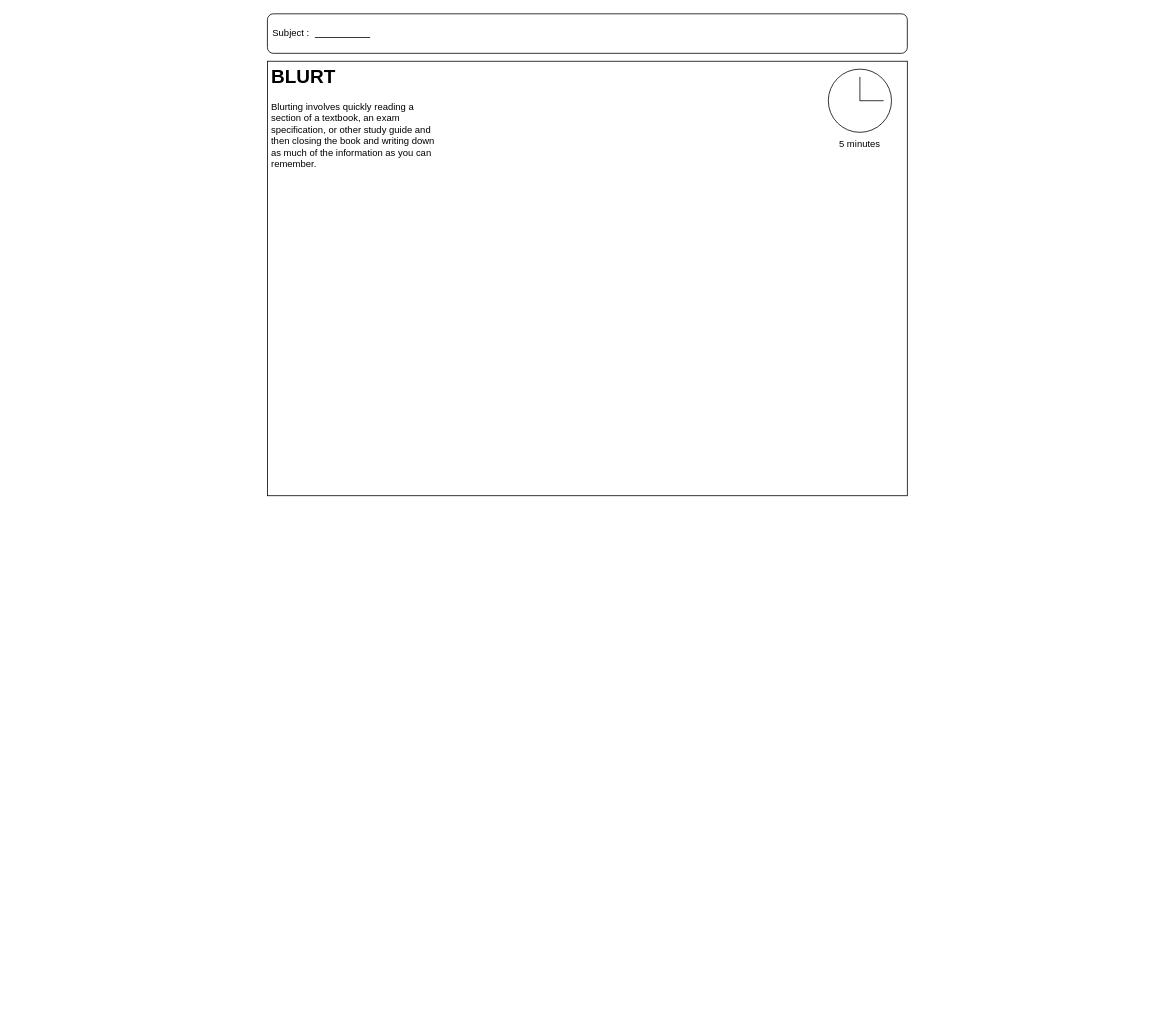
The draw.io diagram Untitled Diagram.drawio in Iurq/diagrams, before the edit. Source tidied: cells renumbered, new cells numbered last; positions are measured from the earlier drawing's top-left corner, leaving out a move shared by most shapes. Both pictures are drawn from the tidied source at 79%, with x=0, y=0 at pixel (172, 13).
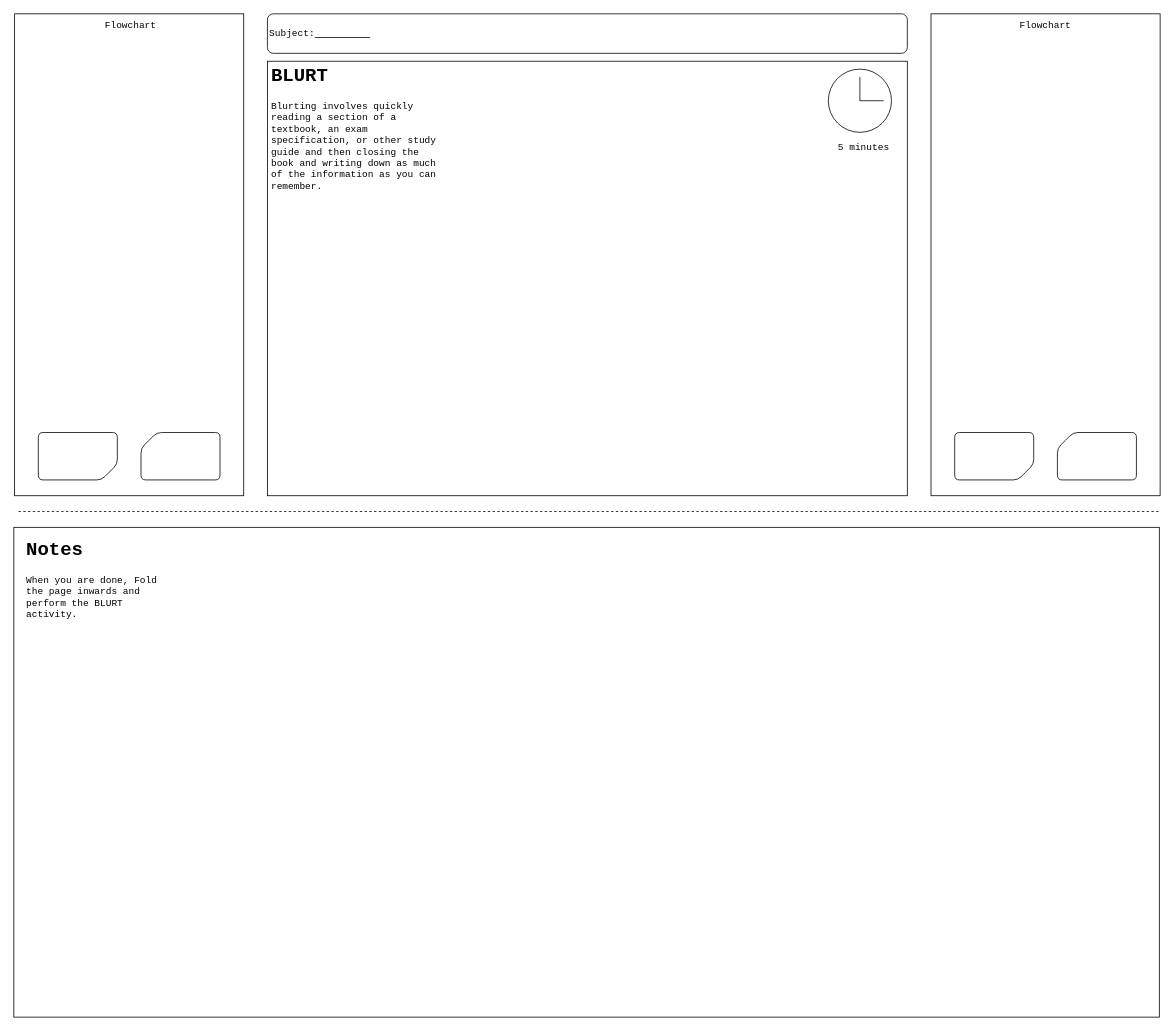
After the change.

What changed in the source:
```diff
@@
-    <mxCell id="3" value="Subject :" style="text;html=1;strokeColor=none;fillColor=none;align=center;verticalAlign=middle;whiteSpace=wrap;rounded=1;labelBackgroundColor=none;" parent="1" vertex="1">
-      <mxGeometry x="120" y="10" width="60" height="30" as="geometry" />
+    <mxCell id="3" value="Subject:&amp;nbsp;" style="text;html=1;strokeColor=none;fillColor=none;align=center;verticalAlign=middle;whiteSpace=wrap;rounded=1;labelBackgroundColor=none;fontFamily=Courier New;" parent="1" vertex="1">
+      <mxGeometry x="130" y="10" width="50" height="30" as="geometry" />
     </mxCell>
@@
-    <mxCell id="8" value="&lt;h1&gt;BLURT&lt;/h1&gt;&lt;div&gt;Blurting involves quickly reading a section of a textbook, an exam specification, or other study guide and then closing the book and writing down as much of the information as you can remember.&lt;br&gt;&lt;/div&gt;" style="text;html=1;strokeColor=none;fillColor=none;spacing=5;spacingTop=-20;whiteSpace=wrap;overflow=hidden;rounded=0;fontSize=12;fontFamily=Helvetica;fontColor=default;" parent="1" vertex="1">
-      <mxGeometry x="120" y="60" width="220" height="150" as="geometry" />
+    <mxCell id="8" value="&lt;h1&gt;BLURT&lt;/h1&gt;&lt;div&gt;Blurting involves quickly reading a section of a textbook, an exam specification, or other study guide and then closing the book and writing down as much of the information as you can remember.&lt;br&gt;&lt;/div&gt;" style="text;html=1;strokeColor=none;fillColor=none;spacing=5;spacingTop=-20;whiteSpace=wrap;overflow=hidden;rounded=0;fontSize=12;fontFamily=Courier New;fontColor=default;" parent="1" vertex="1">
+      <mxGeometry x="120" y="60" width="220" height="170" as="geometry" />
     </mxCell>
@@
-    <mxCell id="13" value="5 minutes" style="text;html=1;strokeColor=none;fillColor=none;align=center;verticalAlign=middle;whiteSpace=wrap;rounded=0;fontSize=12;fontFamily=Helvetica;fontColor=default;" parent="1" vertex="1">
-      <mxGeometry x="840" y="150" width="60" height="30" as="geometry" />
+    <mxCell id="13" value="5 minutes" style="text;html=1;strokeColor=none;fillColor=none;align=center;verticalAlign=middle;whiteSpace=wrap;rounded=0;fontSize=12;fontFamily=Courier New;fontColor=default;" parent="1" vertex="1">
+      <mxGeometry x="840" y="150" width="70" height="40" as="geometry" />
     </mxCell>
+    <mxCell id="14" style="rounded=0;whiteSpace=wrap;html=1;strokeColor=default;fontFamily=Helvetica;fontSize=12;fontColor=default;fillColor=default;" parent="1" vertex="1">
+      <mxGeometry x="-200" width="290" height="610" as="geometry" />
+    </mxCell>
+    <mxCell id="15" style="rounded=0;whiteSpace=wrap;html=1;strokeColor=default;fontFamily=Helvetica;fontSize=12;fontColor=default;fillColor=default;" parent="1" vertex="1">
+      <mxGeometry x="960" width="290" height="610" as="geometry" />
+    </mxCell>
+    <mxCell id="16" style="group;" parent="1" vertex="1">
+      <mxGeometry x="-170" y="530" width="230" height="60" as="geometry" />
+    </mxCell>
+    <mxCell id="17" style="verticalLabelPosition=bottom;verticalAlign=top;html=1;shape=card;whiteSpace=wrap;size=20;arcSize=12;rounded=1;strokeColor=default;fontFamily=Helvetica;fontSize=12;fontColor=default;fillColor=default;" parent="16" vertex="1">
+      <mxGeometry x="130" width="100" height="60" as="geometry" />
+    </mxCell>
+    <mxCell id="18" style="verticalLabelPosition=bottom;verticalAlign=top;html=1;shape=card;whiteSpace=wrap;size=20;arcSize=12;rounded=1;strokeColor=default;fontFamily=Helvetica;fontSize=12;fontColor=default;fillColor=default;direction=west;" parent="16" vertex="1">
+      <mxGeometry width="100" height="60" as="geometry" />
+    </mxCell>
+    <mxCell id="19" style="group;" parent="1" vertex="1">
+      <mxGeometry x="990" y="530" width="230" height="60" as="geometry" />
+    </mxCell>
+    <mxCell id="20" style="verticalLabelPosition=bottom;verticalAlign=top;html=1;shape=card;whiteSpace=wrap;size=20;arcSize=12;rounded=1;strokeColor=default;fontFamily=Helvetica;fontSize=12;fontColor=default;fillColor=default;" parent="19" vertex="1">
+      <mxGeometry x="130" width="100" height="60" as="geometry" />
+    </mxCell>
+    <mxCell id="21" style="verticalLabelPosition=bottom;verticalAlign=top;html=1;shape=card;whiteSpace=wrap;size=20;arcSize=12;rounded=1;strokeColor=default;fontFamily=Helvetica;fontSize=12;fontColor=default;fillColor=default;direction=west;" parent="19" vertex="1">
+      <mxGeometry width="100" height="60" as="geometry" />
+    </mxCell>
+    <mxCell id="22" value="&lt;font face=&quot;Courier New&quot;&gt;Flowchart&lt;/font&gt;" style="text;html=1;strokeColor=none;fillColor=none;align=center;verticalAlign=middle;whiteSpace=wrap;rounded=0;fontSize=12;fontFamily=Helvetica;fontColor=default;" parent="1" vertex="1">
+      <mxGeometry x="-83" width="60" height="30" as="geometry" />
+    </mxCell>
+    <mxCell id="23" value="&lt;font face=&quot;Courier New&quot;&gt;Flowchart&lt;/font&gt;" style="text;html=1;strokeColor=none;fillColor=none;align=center;verticalAlign=middle;whiteSpace=wrap;rounded=0;fontSize=12;fontFamily=Helvetica;fontColor=default;" parent="1" vertex="1">
+      <mxGeometry x="1075" width="60" height="30" as="geometry" />
+    </mxCell>
+    <mxCell id="24" style="rounded=0;whiteSpace=wrap;html=1;strokeColor=default;fontFamily=Helvetica;fontSize=12;fontColor=default;fillColor=default;" parent="1" vertex="1">
+      <mxGeometry x="-201" y="650" width="1450" height="620" as="geometry" />
+    </mxCell>
+    <mxCell id="25" style="endArrow=none;dashed=1;html=1;rounded=1;fontFamily=Helvetica;fontSize=12;fontColor=default;" parent="1" edge="1">
+      <mxGeometry relative="1" as="geometry">
+        <mxPoint x="-195" y="630" as="sourcePoint" />
+        <mxPoint x="1250" y="630" as="targetPoint" />
+      </mxGeometry>
+    </mxCell>
+    <mxCell id="26" value="&lt;h1&gt;Notes&lt;/h1&gt;&lt;div&gt;When you are done, Fold the page inwards and perform the BLURT activity.&lt;/div&gt;" style="text;html=1;strokeColor=none;fillColor=none;spacing=5;spacingTop=-20;whiteSpace=wrap;overflow=hidden;rounded=0;fontSize=12;fontFamily=Courier New;fontColor=default;" parent="1" vertex="1">
+      <mxGeometry x="-190" y="660" width="190" height="120" as="geometry" />
+    </mxCell>
```
